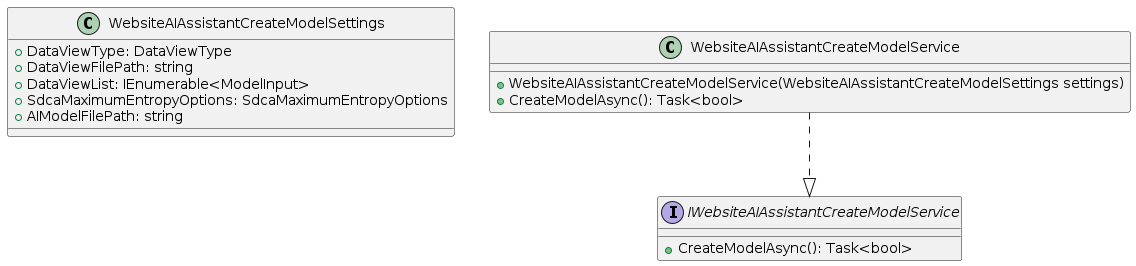
Before: Docs/WebsiteAIAssistantCreateModelService.png, a diagram exported from PlantUML (VeritasSoftware/WebsiteAIAssistant).
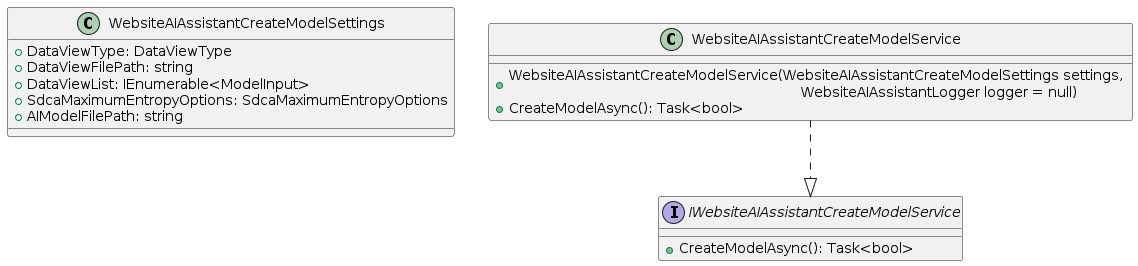
After the commit.

Commit message:
updated class diagram images. updated readme.

What changed in the source:
```diff
@@ -15,7 +15,7 @@
 
 class WebsiteAIAssistantCreateModelService
 {
-  + WebsiteAIAssistantCreateModelService(WebsiteAIAssistantCreateModelSettings settings)
+  + WebsiteAIAssistantCreateModelService(WebsiteAIAssistantCreateModelSettings settings, \n \t \t \t \t \t  \t \t \t \t WebsiteAIAssistantLogger logger = null)
   + CreateModelAsync(): Task<bool>
 }
 
```
